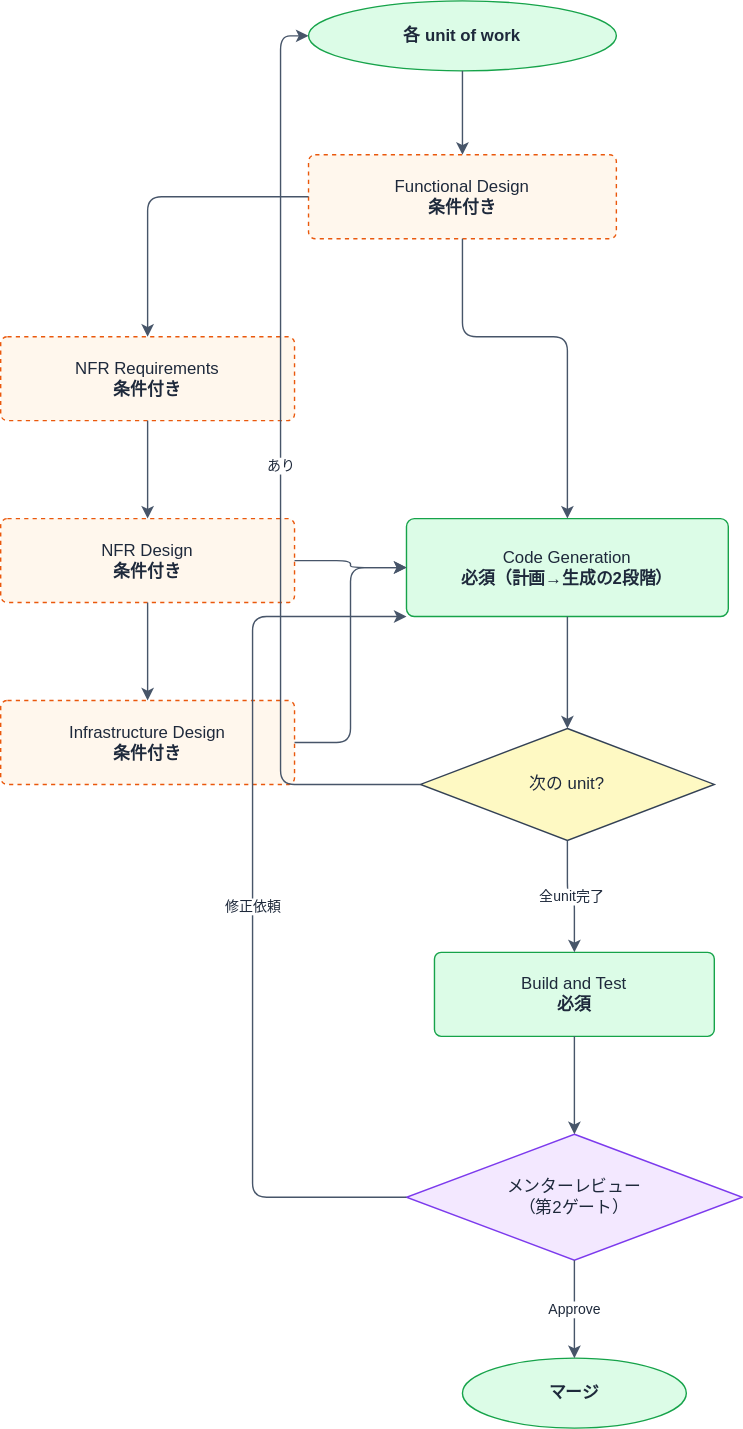
Before: Docs/diagrams/guide/dev-workflow-construction.drawio.svg, a diagram exported from draw.io (CHS-Training-Org/ai_training_for_chuo_system). Source tidied: cells renumbered, new cells last; positions are measured from the earlier drawing's top-left corner, leaving out a move shared by most shapes. Its diagram source:
```xml
<mxGraphModel>
  <root>
    <mxCell id="0" />
    <mxCell id="1" parent="0" />
    <mxCell id="2" value="各 unit of work" style="ellipse;whiteSpace=wrap;html=1;fillColor=#DCFCE7;strokeColor=#16A34A;fontColor=#1E293B;fontStyle=1;" parent="1" vertex="1">
      <mxGeometry x="220" width="220" height="50" as="geometry" />
    </mxCell>
    <mxCell id="3" value="Functional Design&#10;&lt;b&gt;条件付き&lt;/b&gt;" style="rounded=1;whiteSpace=wrap;html=1;fillColor=#FFF7ED;strokeColor=#EA580C;fontColor=#1E293B;arcSize=8;dashed=1;" parent="1" vertex="1">
      <mxGeometry x="220" y="110" width="220" height="60" as="geometry" />
    </mxCell>
    <mxCell id="4" value="NFR Requirements&#10;&lt;b&gt;条件付き&lt;/b&gt;" style="rounded=1;whiteSpace=wrap;html=1;fillColor=#FFF7ED;strokeColor=#EA580C;fontColor=#1E293B;arcSize=8;dashed=1;" parent="1" vertex="1">
      <mxGeometry y="240" width="210" height="60" as="geometry" />
    </mxCell>
    <mxCell id="5" value="NFR Design&#10;&lt;b&gt;条件付き&lt;/b&gt;" style="rounded=1;whiteSpace=wrap;html=1;fillColor=#FFF7ED;strokeColor=#EA580C;fontColor=#1E293B;arcSize=8;dashed=1;" parent="1" vertex="1">
      <mxGeometry y="370" width="210" height="60" as="geometry" />
    </mxCell>
    <mxCell id="6" value="Infrastructure Design&#10;&lt;b&gt;条件付き&lt;/b&gt;" style="rounded=1;whiteSpace=wrap;html=1;fillColor=#FFF7ED;strokeColor=#EA580C;fontColor=#1E293B;arcSize=8;dashed=1;" parent="1" vertex="1">
      <mxGeometry y="500" width="210" height="60" as="geometry" />
    </mxCell>
    <mxCell id="7" value="Code Generation&#10;&lt;b&gt;必須（計画→生成の2段階）&lt;/b&gt;" style="rounded=1;whiteSpace=wrap;html=1;fillColor=#DCFCE7;strokeColor=#16A34A;fontColor=#1E293B;arcSize=8;" parent="1" vertex="1">
      <mxGeometry x="290" y="370" width="230" height="70" as="geometry" />
    </mxCell>
    <mxCell id="8" value="次の unit?" style="rhombus;whiteSpace=wrap;html=1;fillColor=#FEF9C3;strokeColor=#334155;fontColor=#1E293B;" parent="1" vertex="1">
      <mxGeometry x="300" y="520" width="210" height="80" as="geometry" />
    </mxCell>
    <mxCell id="9" value="Build and Test&#10;&lt;b&gt;必須&lt;/b&gt;" style="rounded=1;whiteSpace=wrap;html=1;fillColor=#DCFCE7;strokeColor=#16A34A;fontColor=#1E293B;arcSize=8;" parent="1" vertex="1">
      <mxGeometry x="310" y="680" width="200" height="60" as="geometry" />
    </mxCell>
    <mxCell id="10" value="メンターレビュー&#10;（第2ゲート）" style="rhombus;whiteSpace=wrap;html=1;fillColor=#F3E8FF;strokeColor=#7C3AED;fontColor=#1E293B;" parent="1" vertex="1">
      <mxGeometry x="290" y="810" width="240" height="90" as="geometry" />
    </mxCell>
    <mxCell id="11" value="マージ" style="ellipse;whiteSpace=wrap;html=1;fillColor=#DCFCE7;strokeColor=#16A34A;fontColor=#1E293B;fontStyle=1;" parent="1" vertex="1">
      <mxGeometry x="330" y="970" width="160" height="50" as="geometry" />
    </mxCell>
    <mxCell id="12" style="edgeStyle=orthogonalEdgeStyle;rounded=1;jettySize=auto;html=1;strokeColor=#475569;" parent="1" edge="1" source="2" target="3">
      <mxGeometry relative="1" as="geometry" />
    </mxCell>
    <mxCell id="13" style="edgeStyle=orthogonalEdgeStyle;rounded=1;jettySize=auto;html=1;strokeColor=#475569;exitX=0;exitY=0.5;exitDx=0;exitDy=0;entryX=0.5;entryY=0;entryDx=0;entryDy=0;" parent="1" edge="1" source="3" target="4">
      <mxGeometry relative="1" as="geometry" />
    </mxCell>
    <mxCell id="14" style="edgeStyle=orthogonalEdgeStyle;rounded=1;jettySize=auto;html=1;strokeColor=#475569;exitX=0.5;exitY=1;exitDx=0;exitDy=0;entryX=0.5;entryY=0;entryDx=0;entryDy=0;" parent="1" edge="1" source="3" target="7">
      <mxGeometry relative="1" as="geometry">
        <Array as="points">
          <mxPoint x="330" y="240" />
          <mxPoint x="405" y="240" />
        </Array>
      </mxGeometry>
    </mxCell>
    <mxCell id="15" style="edgeStyle=orthogonalEdgeStyle;rounded=1;jettySize=auto;html=1;strokeColor=#475569;" parent="1" edge="1" source="4" target="5">
      <mxGeometry relative="1" as="geometry" />
    </mxCell>
    <mxCell id="16" style="edgeStyle=orthogonalEdgeStyle;rounded=1;jettySize=auto;html=1;strokeColor=#475569;" parent="1" edge="1" source="5" target="6">
      <mxGeometry relative="1" as="geometry" />
    </mxCell>
    <mxCell id="17" style="edgeStyle=orthogonalEdgeStyle;rounded=1;jettySize=auto;html=1;strokeColor=#475569;exitX=1;exitY=0.5;exitDx=0;exitDy=0;entryX=0;entryY=0.5;entryDx=0;entryDy=0;" parent="1" edge="1" source="5" target="7">
      <mxGeometry relative="1" as="geometry" />
    </mxCell>
    <mxCell id="18" style="edgeStyle=orthogonalEdgeStyle;rounded=1;jettySize=auto;html=1;strokeColor=#475569;exitX=1;exitY=0.5;exitDx=0;exitDy=0;entryX=0;entryY=0.5;entryDx=0;entryDy=0;" parent="1" edge="1" source="6" target="7">
      <mxGeometry relative="1" as="geometry" />
    </mxCell>
    <mxCell id="19" style="edgeStyle=orthogonalEdgeStyle;rounded=1;jettySize=auto;html=1;strokeColor=#475569;exitX=0.5;exitY=1;exitDx=0;exitDy=0;entryX=0.5;entryY=0;entryDx=0;entryDy=0;" parent="1" edge="1" source="7" target="8">
      <mxGeometry relative="1" as="geometry" />
    </mxCell>
    <mxCell id="20" value="あり" style="edgeStyle=orthogonalEdgeStyle;rounded=1;jettySize=auto;html=1;strokeColor=#475569;fontColor=#1E293B;fontSize=10;exitX=0;exitY=0.5;exitDx=0;exitDy=0;entryX=0;entryY=0.5;entryDx=0;entryDy=0;" parent="1" edge="1" source="8" target="2">
      <mxGeometry relative="1" as="geometry">
        <Array as="points">
          <mxPoint x="200" y="560" />
          <mxPoint x="200" y="25" />
        </Array>
      </mxGeometry>
    </mxCell>
    <mxCell id="21" value="全unit完了" style="edgeStyle=orthogonalEdgeStyle;rounded=1;jettySize=auto;html=1;strokeColor=#475569;fontColor=#1E293B;fontSize=10;exitX=0.5;exitY=1;exitDx=0;exitDy=0;entryX=0.5;entryY=0;entryDx=0;entryDy=0;" parent="1" edge="1" source="8" target="9">
      <mxGeometry relative="1" as="geometry" />
    </mxCell>
    <mxCell id="22" style="edgeStyle=orthogonalEdgeStyle;rounded=1;jettySize=auto;html=1;strokeColor=#475569;" parent="1" edge="1" source="9" target="10">
      <mxGeometry relative="1" as="geometry" />
    </mxCell>
    <mxCell id="23" value="Approve" style="edgeStyle=orthogonalEdgeStyle;rounded=1;jettySize=auto;html=1;strokeColor=#475569;fontColor=#1E293B;fontSize=10;exitX=0.5;exitY=1;exitDx=0;exitDy=0;entryX=0.5;entryY=0;entryDx=0;entryDy=0;" parent="1" edge="1" source="10" target="11">
      <mxGeometry relative="1" as="geometry" />
    </mxCell>
    <mxCell id="24" value="修正依頼" style="edgeStyle=orthogonalEdgeStyle;rounded=1;jettySize=auto;html=1;strokeColor=#475569;fontColor=#1E293B;fontSize=10;exitX=0;exitY=0.5;exitDx=0;exitDy=0;entryX=0;entryY=1;entryDx=0;entryDy=0;" parent="1" edge="1" source="10" target="7">
      <mxGeometry relative="1" as="geometry">
        <Array as="points">
          <mxPoint x="180" y="855" />
          <mxPoint x="180" y="440" />
        </Array>
      </mxGeometry>
    </mxCell>
  </root>
</mxGraphModel>
```
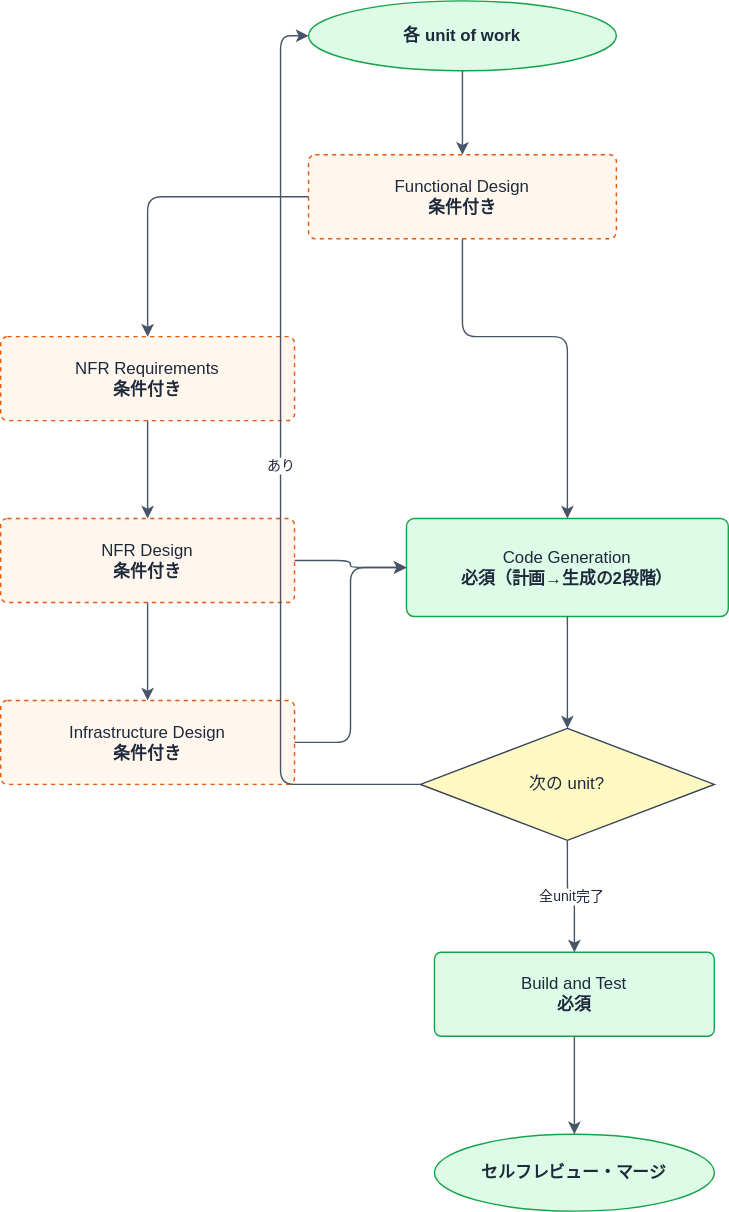
The same diagram one commit later.

What changed in the source:
```diff
@@ -26,11 +26,8 @@
     <mxCell id="9" value="Build and Test&#10;&lt;b&gt;必須&lt;/b&gt;" style="rounded=1;whiteSpace=wrap;html=1;fillColor=#DCFCE7;strokeColor=#16A34A;fontColor=#1E293B;arcSize=8;" parent="1" vertex="1">
       <mxGeometry x="310" y="680" width="200" height="60" as="geometry" />
     </mxCell>
-    <mxCell id="10" value="メンターレビュー&#10;（第2ゲート）" style="rhombus;whiteSpace=wrap;html=1;fillColor=#F3E8FF;strokeColor=#7C3AED;fontColor=#1E293B;" parent="1" vertex="1">
-      <mxGeometry x="290" y="810" width="240" height="90" as="geometry" />
-    </mxCell>
-    <mxCell id="11" value="マージ" style="ellipse;whiteSpace=wrap;html=1;fillColor=#DCFCE7;strokeColor=#16A34A;fontColor=#1E293B;fontStyle=1;" parent="1" vertex="1">
-      <mxGeometry x="330" y="970" width="160" height="50" as="geometry" />
+    <mxCell id="11" value="セルフレビュー・マージ" style="ellipse;whiteSpace=wrap;html=1;fillColor=#DCFCE7;strokeColor=#16A34A;fontColor=#1E293B;fontStyle=1;" parent="1" vertex="1">
+      <mxGeometry x="310" y="810" width="200" height="55" as="geometry" />
     </mxCell>
     <mxCell id="12" style="edgeStyle=orthogonalEdgeStyle;rounded=1;jettySize=auto;html=1;strokeColor=#475569;" parent="1" edge="1" source="2" target="3">
       <mxGeometry relative="1" as="geometry" />
@@ -72,19 +69,8 @@
     <mxCell id="21" value="全unit完了" style="edgeStyle=orthogonalEdgeStyle;rounded=1;jettySize=auto;html=1;strokeColor=#475569;fontColor=#1E293B;fontSize=10;exitX=0.5;exitY=1;exitDx=0;exitDy=0;entryX=0.5;entryY=0;entryDx=0;entryDy=0;" parent="1" edge="1" source="8" target="9">
       <mxGeometry relative="1" as="geometry" />
     </mxCell>
-    <mxCell id="22" style="edgeStyle=orthogonalEdgeStyle;rounded=1;jettySize=auto;html=1;strokeColor=#475569;" parent="1" edge="1" source="9" target="10">
+    <mxCell id="22" style="edgeStyle=orthogonalEdgeStyle;rounded=1;jettySize=auto;html=1;strokeColor=#475569;" parent="1" edge="1" source="9" target="11">
       <mxGeometry relative="1" as="geometry" />
     </mxCell>
-    <mxCell id="23" value="Approve" style="edgeStyle=orthogonalEdgeStyle;rounded=1;jettySize=auto;html=1;strokeColor=#475569;fontColor=#1E293B;fontSize=10;exitX=0.5;exitY=1;exitDx=0;exitDy=0;entryX=0.5;entryY=0;entryDx=0;entryDy=0;" parent="1" edge="1" source="10" target="11">
-      <mxGeometry relative="1" as="geometry" />
-    </mxCell>
-    <mxCell id="24" value="修正依頼" style="edgeStyle=orthogonalEdgeStyle;rounded=1;jettySize=auto;html=1;strokeColor=#475569;fontColor=#1E293B;fontSize=10;exitX=0;exitY=0.5;exitDx=0;exitDy=0;entryX=0;entryY=1;entryDx=0;entryDy=0;" parent="1" edge="1" source="10" target="7">
-      <mxGeometry relative="1" as="geometry">
-        <Array as="points">
-          <mxPoint x="180" y="855" />
-          <mxPoint x="180" y="440" />
-        </Array>
-      </mxGeometry>
-    </mxCell>
   </root>
 </mxGraphModel>
```
